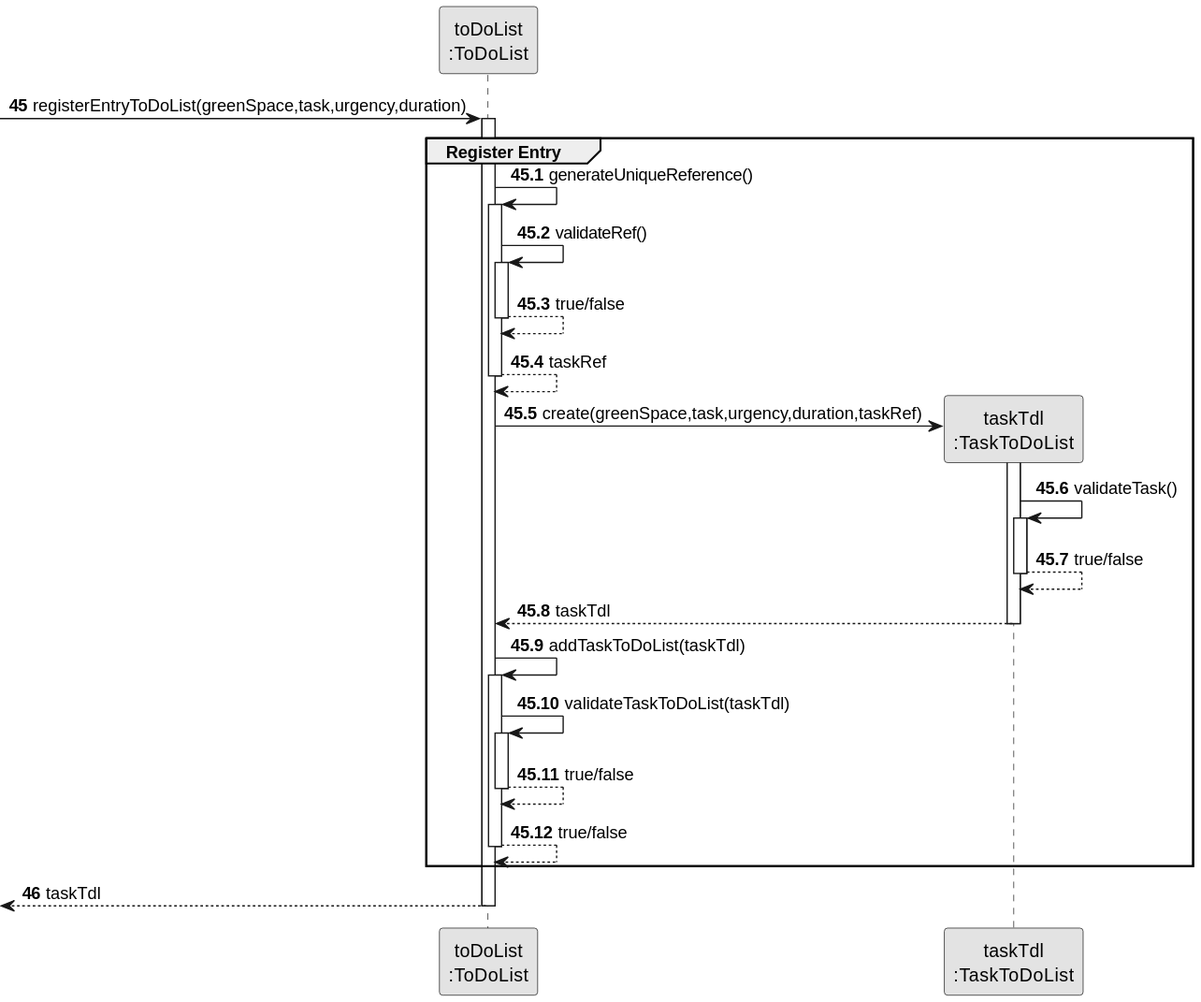
The PlantUML diagram docs/sprint3/us21/03.design/svg/us21-sequence-diagram-partial-add-to-do-list.svg in Departamento-de-Engenharia-Informatica/lei-24-s2-1db-g022, before a commit.
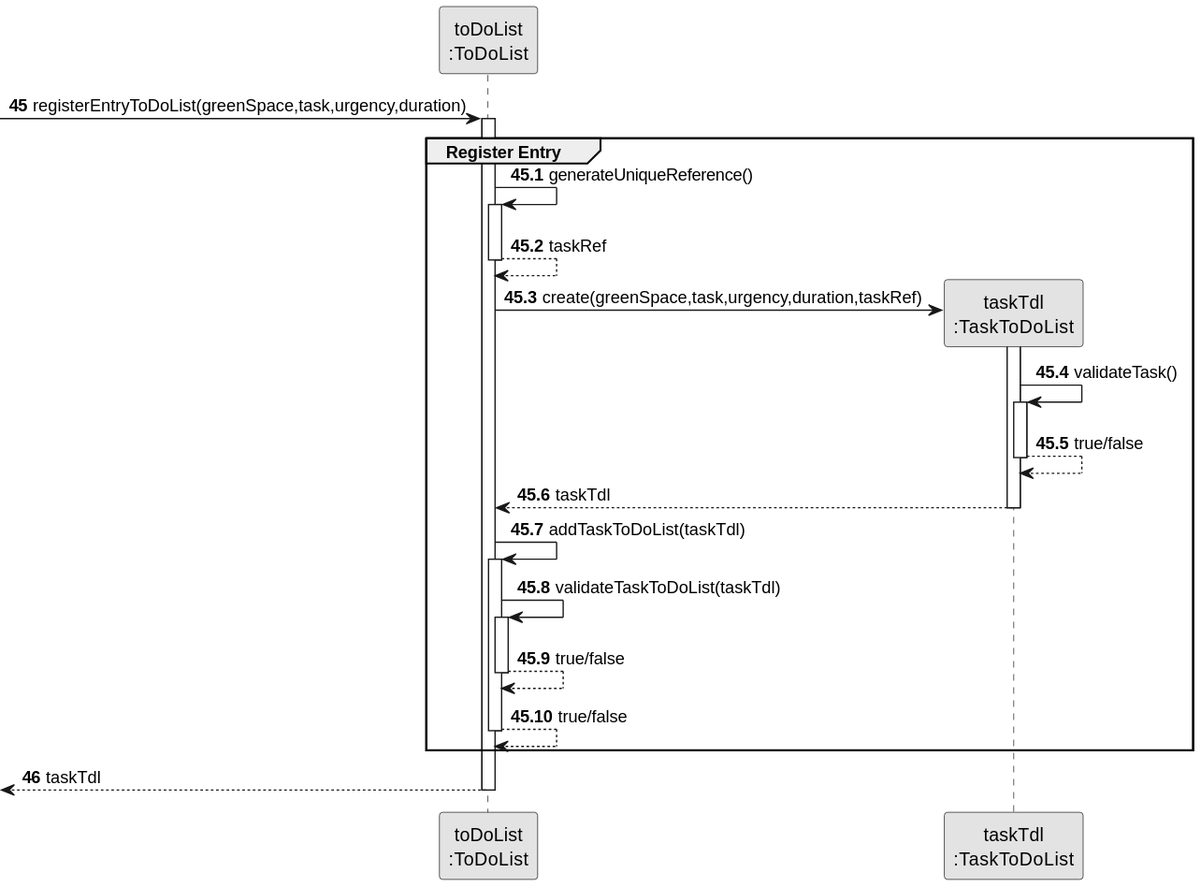
The same file after the commit.

The edit, as a diff of the source:
```diff
@@ -16,12 +16,6 @@
 
         TDL -> TDL: generateUniqueReference()
         activate TDL
-
-            TDL -> TDL : validateRef()
-        activate TDL
-
-            TDL --> TDL : true/false
-        deactivate TDL
 
         TDL --> TDL: taskRef
         deactivate TDL
```
